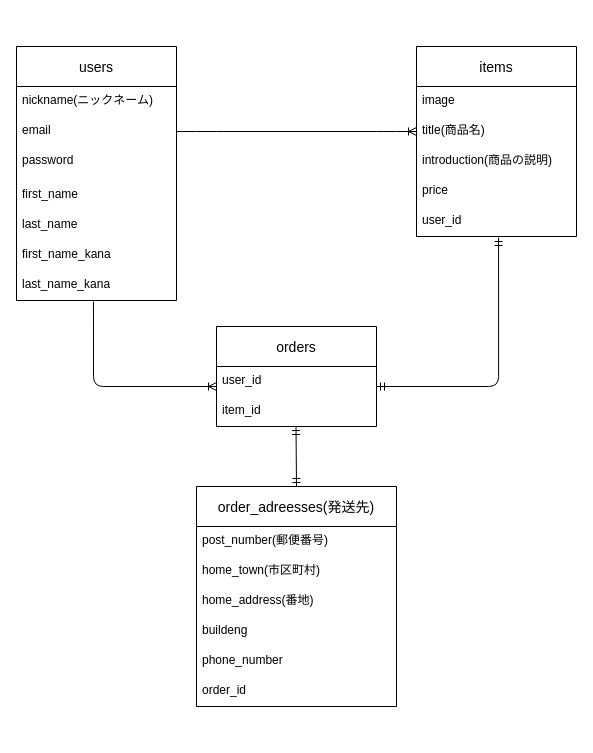
nagawa-hub/furima-31652 keeps this draw.io diagram as .dio. Above is the earlier version. Source tidied: cells renumbered, new cells numbered last; positions are measured from the earlier drawing's top-left corner, leaving out a move shared by most shapes. Both pictures are drawn from the tidied source at 100%, with x=0, y=0 at pixel (16, 46).
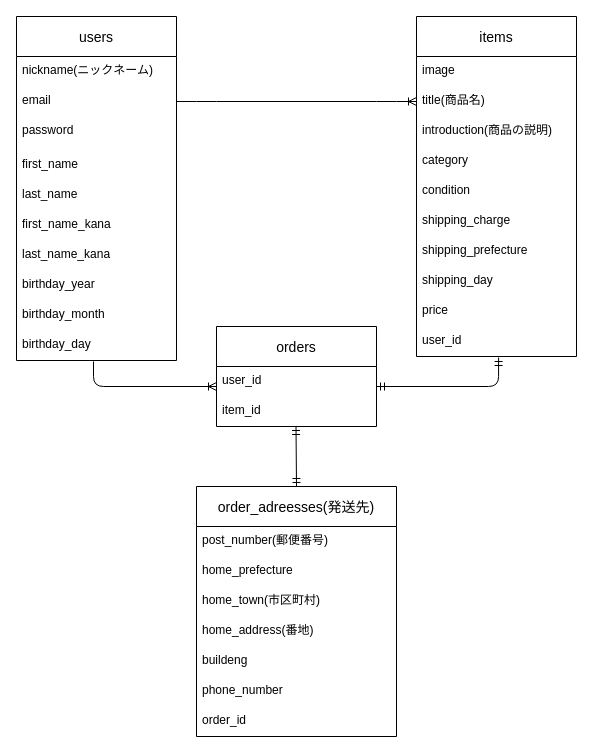
Above is the later version.

Commit message (it also covers changes not shown here):
テーブルにカラムを追加

Unchanged cells that the change refers to:
```xml
<mxCell id="29" value="last_name_kana" style="text;strokeColor=none;fillColor=none;spacingLeft=4;spacingRight=4;overflow=hidden;points=[[0,0.5],[1,0.5]];portConstraint=eastwest;fontSize=12;" parent="22" vertex="1">
  <mxGeometry y="224" width="160" height="30" as="geometry" />
</mxCell>
```

The edit, as a diff of the source:
```diff
@@
-    <mxCell id="6" style="fontSize=12;html=1;endArrow=ERoneToMany;exitX=0.481;exitY=1.033;exitDx=0;exitDy=0;exitPerimeter=0;" parent="1" edge="1" source="29">
+    <mxCell id="6" style="fontSize=12;html=1;endArrow=ERoneToMany;" parent="1" edge="1">
       <mxGeometry relative="1" as="geometry">
+        <mxPoint x="77" y="315" as="sourcePoint" />
         <mxPoint x="200" y="340" as="targetPoint" />
         <Array as="points">
           <mxPoint x="77" y="340" />
         </Array>
       </mxGeometry>
     </mxCell>
@@
     <mxCell id="9" value="order_adreesses(発送先)" style="swimlane;fontStyle=0;horizontal=1;startSize=40;align=center;fontSize=14;" parent="1" vertex="1">
-      <mxGeometry x="180" y="440" width="200" height="220" as="geometry" />
+      <mxGeometry x="180" y="440" width="200" height="250" as="geometry" />
     </mxCell>
@@
+    <mxCell id="30" value="home_prefecture" style="text;strokeColor=none;fillColor=none;spacingLeft=4;spacingRight=4;overflow=hidden;fontSize=12;" parent="9" vertex="1">
+      <mxGeometry y="70" width="200" height="30" as="geometry" />
+    </mxCell>
     <mxCell id="11" value="home_town(市区町村)" style="text;strokeColor=none;fillColor=none;spacingLeft=4;spacingRight=4;overflow=hidden;fontSize=12;" parent="9" vertex="1">
-      <mxGeometry y="70" width="200" height="30" as="geometry" />
+      <mxGeometry y="100" width="200" height="30" as="geometry" />
     </mxCell>
     <mxCell id="12" value="home_address(番地)" style="text;strokeColor=none;fillColor=none;spacingLeft=4;spacingRight=4;overflow=hidden;fontSize=12;" parent="9" vertex="1">
-      <mxGeometry y="100" width="200" height="30" as="geometry" />
+      <mxGeometry y="130" width="200" height="30" as="geometry" />
     </mxCell>
     <mxCell id="13" value="buildeng" style="text;strokeColor=none;fillColor=none;spacingLeft=4;spacingRight=4;overflow=hidden;fontSize=12;" parent="9" vertex="1">
-      <mxGeometry y="130" width="200" height="30" as="geometry" />
+      <mxGeometry y="160" width="200" height="30" as="geometry" />
     </mxCell>
     <mxCell id="14" value="phone_number" style="text;strokeColor=none;fillColor=none;spacingLeft=4;spacingRight=4;overflow=hidden;fontSize=12;" parent="9" vertex="1">
-      <mxGeometry y="160" width="200" height="30" as="geometry" />
+      <mxGeometry y="190" width="200" height="30" as="geometry" />
     </mxCell>
     <mxCell id="15" value="order_id" style="text;strokeColor=none;fillColor=none;spacingLeft=4;spacingRight=4;overflow=hidden;fontSize=12;" parent="9" vertex="1">
-      <mxGeometry y="190" width="200" height="30" as="geometry" />
+      <mxGeometry y="220" width="200" height="30" as="geometry" />
     </mxCell>
-    <mxCell id="16" value="items" style="swimlane;fontStyle=0;horizontal=1;startSize=40;align=center;fontSize=14;" parent="1" vertex="1">
-      <mxGeometry x="400" width="160" height="190" as="geometry" />
-    </mxCell>
-    <mxCell id="17" value="image" style="text;strokeColor=none;fillColor=none;spacingLeft=4;spacingRight=4;overflow=hidden;fontSize=12;" parent="16" vertex="1">
-      <mxGeometry y="40" width="160" height="30" as="geometry" />
-    </mxCell>
-    <mxCell id="18" value="title(商品名)" style="text;strokeColor=none;fillColor=none;spacingLeft=4;spacingRight=4;overflow=hidden;points=[[0,0.5],[1,0.5]];portConstraint=eastwest;fontSize=12;" parent="16" vertex="1">
-      <mxGeometry y="70" width="160" height="30" as="geometry" />
-    </mxCell>
-    <mxCell id="19" value="introduction(商品の説明)&#10;" style="text;strokeColor=none;fillColor=none;spacingLeft=4;spacingRight=4;overflow=hidden;fontSize=12;" parent="16" vertex="1">
-      <mxGeometry y="100" width="160" height="30" as="geometry" />
-    </mxCell>
-    <mxCell id="20" value="price" style="text;strokeColor=none;fillColor=none;spacingLeft=4;spacingRight=4;overflow=hidden;fontSize=12;" parent="16" vertex="1">
-      <mxGeometry y="130" width="160" height="30" as="geometry" />
-    </mxCell>
-    <mxCell id="21" value="user_id" style="text;strokeColor=none;fillColor=none;spacingLeft=4;spacingRight=4;overflow=hidden;points=[[0,0.5],[1,0.5]];portConstraint=eastwest;fontSize=12;" parent="16" vertex="1">
-      <mxGeometry y="160" width="160" height="30" as="geometry" />
-    </mxCell>
     <mxCell id="22" value="users" style="swimlane;fontStyle=0;horizontal=1;startSize=40;align=center;fontSize=14;" parent="1" vertex="1">
-      <mxGeometry width="160" height="254" as="geometry" />
+      <mxGeometry y="-30" width="160" height="344" as="geometry" />
     </mxCell>
@@
+    <mxCell id="31" value="birthday_year" style="text;strokeColor=none;fillColor=none;spacingLeft=4;spacingRight=4;overflow=hidden;fontSize=12;" parent="22" vertex="1">
+      <mxGeometry y="254" width="160" height="30" as="geometry" />
+    </mxCell>
+    <mxCell id="32" value="birthday_month" style="text;strokeColor=none;fillColor=none;spacingLeft=4;spacingRight=4;overflow=hidden;fontSize=12;" parent="22" vertex="1">
+      <mxGeometry y="284" width="160" height="30" as="geometry" />
+    </mxCell>
+    <mxCell id="33" value="birthday_day" style="text;strokeColor=none;fillColor=none;spacingLeft=4;spacingRight=4;overflow=hidden;fontSize=12;" parent="22" vertex="1">
+      <mxGeometry y="314" width="160" height="30" as="geometry" />
+    </mxCell>
+    <mxCell id="16" value="items" style="swimlane;fontStyle=0;horizontal=1;startSize=40;align=center;fontSize=14;" parent="1" vertex="1">
+      <mxGeometry x="400" y="-30" width="160" height="340" as="geometry" />
+    </mxCell>
+    <mxCell id="17" value="image" style="text;strokeColor=none;fillColor=none;spacingLeft=4;spacingRight=4;overflow=hidden;fontSize=12;" parent="16" vertex="1">
+      <mxGeometry y="40" width="160" height="30" as="geometry" />
+    </mxCell>
+    <mxCell id="18" value="title(商品名)" style="text;strokeColor=none;fillColor=none;spacingLeft=4;spacingRight=4;overflow=hidden;points=[[0,0.5],[1,0.5]];portConstraint=eastwest;fontSize=12;" parent="16" vertex="1">
+      <mxGeometry y="70" width="160" height="30" as="geometry" />
+    </mxCell>
+    <mxCell id="19" value="introduction(商品の説明)&#10;" style="text;strokeColor=none;fillColor=none;spacingLeft=4;spacingRight=4;overflow=hidden;fontSize=12;" parent="16" vertex="1">
+      <mxGeometry y="100" width="160" height="30" as="geometry" />
+    </mxCell>
+    <mxCell id="34" value="category" style="text;strokeColor=none;fillColor=none;spacingLeft=4;spacingRight=4;overflow=hidden;fontSize=12;" parent="16" vertex="1">
+      <mxGeometry y="130" width="160" height="30" as="geometry" />
+    </mxCell>
+    <mxCell id="35" value="condition" style="text;strokeColor=none;fillColor=none;spacingLeft=4;spacingRight=4;overflow=hidden;fontSize=12;" parent="16" vertex="1">
+      <mxGeometry y="160" width="160" height="30" as="geometry" />
+    </mxCell>
+    <mxCell id="36" value="shipping_charge" style="text;strokeColor=none;fillColor=none;spacingLeft=4;spacingRight=4;overflow=hidden;fontSize=12;" parent="16" vertex="1">
+      <mxGeometry y="190" width="160" height="30" as="geometry" />
+    </mxCell>
+    <mxCell id="37" value="shipping_prefecture" style="text;strokeColor=none;fillColor=none;spacingLeft=4;spacingRight=4;overflow=hidden;fontSize=12;" parent="16" vertex="1">
+      <mxGeometry y="220" width="160" height="30" as="geometry" />
+    </mxCell>
+    <mxCell id="38" value="shipping_day" style="text;strokeColor=none;fillColor=none;spacingLeft=4;spacingRight=4;overflow=hidden;fontSize=12;" parent="16" vertex="1">
+      <mxGeometry y="250" width="160" height="30" as="geometry" />
+    </mxCell>
+    <mxCell id="20" value="price" style="text;strokeColor=none;fillColor=none;spacingLeft=4;spacingRight=4;overflow=hidden;fontSize=12;" parent="16" vertex="1">
+      <mxGeometry y="280" width="160" height="30" as="geometry" />
+    </mxCell>
+    <mxCell id="21" value="user_id" style="text;strokeColor=none;fillColor=none;spacingLeft=4;spacingRight=4;overflow=hidden;points=[[0,0.5],[1,0.5]];portConstraint=eastwest;fontSize=12;" parent="16" vertex="1">
+      <mxGeometry y="310" width="160" height="30" as="geometry" />
+    </mxCell>
```
